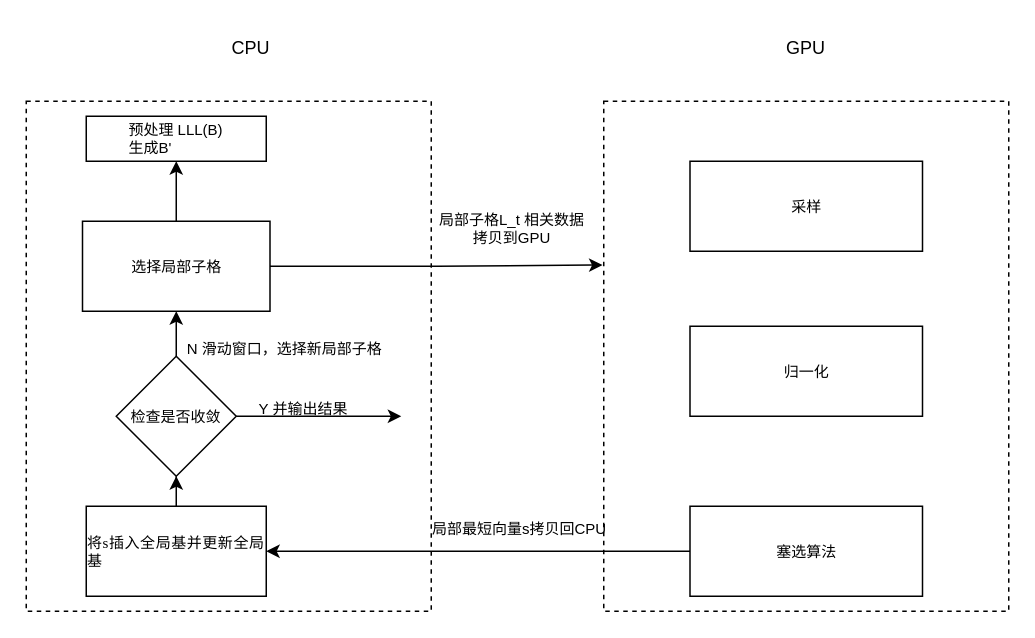
icclBrother/AIinfraDocs keeps this draw.io diagram as cpu+gpu 加速G6K.drawio. Above is the earlier version. Source tidied: cells renumbered, new cells numbered last; positions are measured from the earlier drawing's top-left corner, leaving out a move shared by most shapes. Both pictures are drawn from the tidied source at 150%, with x=0, y=0 at pixel (26, 26).
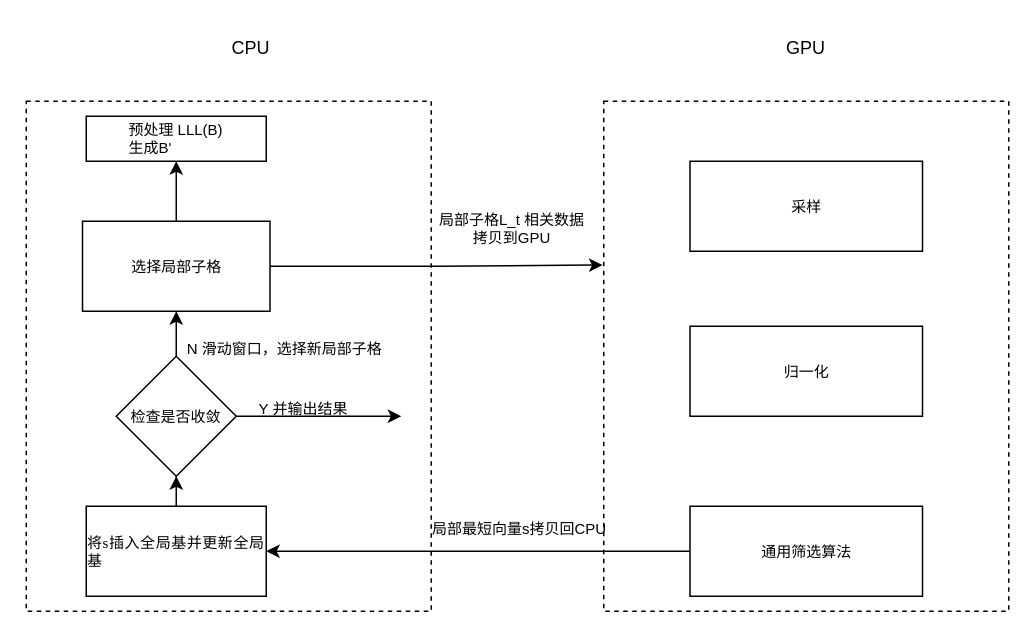
After the change.

Diff of the diagram source:
```diff
@@
-    <mxCell id="12" value="塞选算法" style="rounded=0;whiteSpace=wrap;html=1;fontSize=10;" parent="1" vertex="1">
+    <mxCell id="12" value="通用筛选算法" style="rounded=0;whiteSpace=wrap;html=1;fontSize=10;" parent="1" vertex="1">
       <mxGeometry x="442.5" y="320" width="155" height="60" as="geometry" />
     </mxCell>
```
